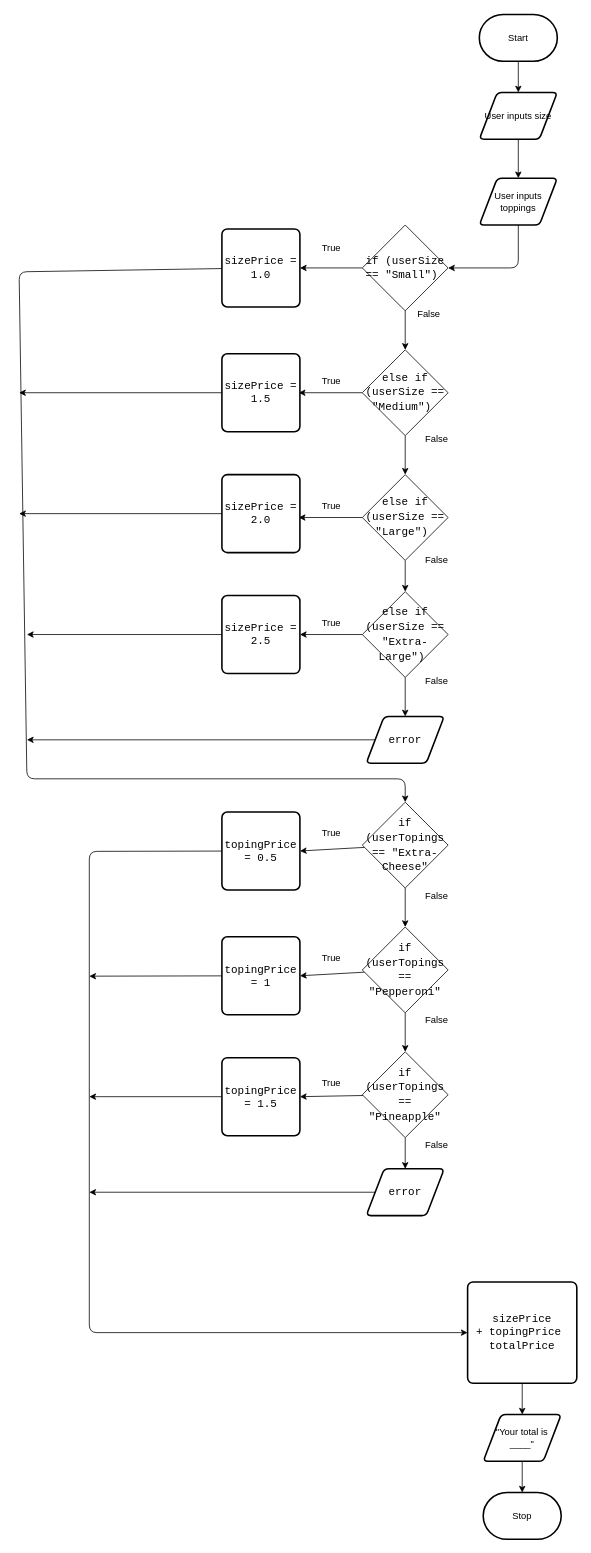
ashley-monaghan/ICS2OR-Assignment-4 keeps this draw.io diagram as design/flow-chart.drawio. Above is the earlier version. Source tidied: cells renumbered, new cells numbered last; positions are measured from the earlier drawing's top-left corner, leaving out a move shared by most shapes. Both pictures are drawn from the tidied source at 78%, with x=0, y=0 at pixel (19, 14).
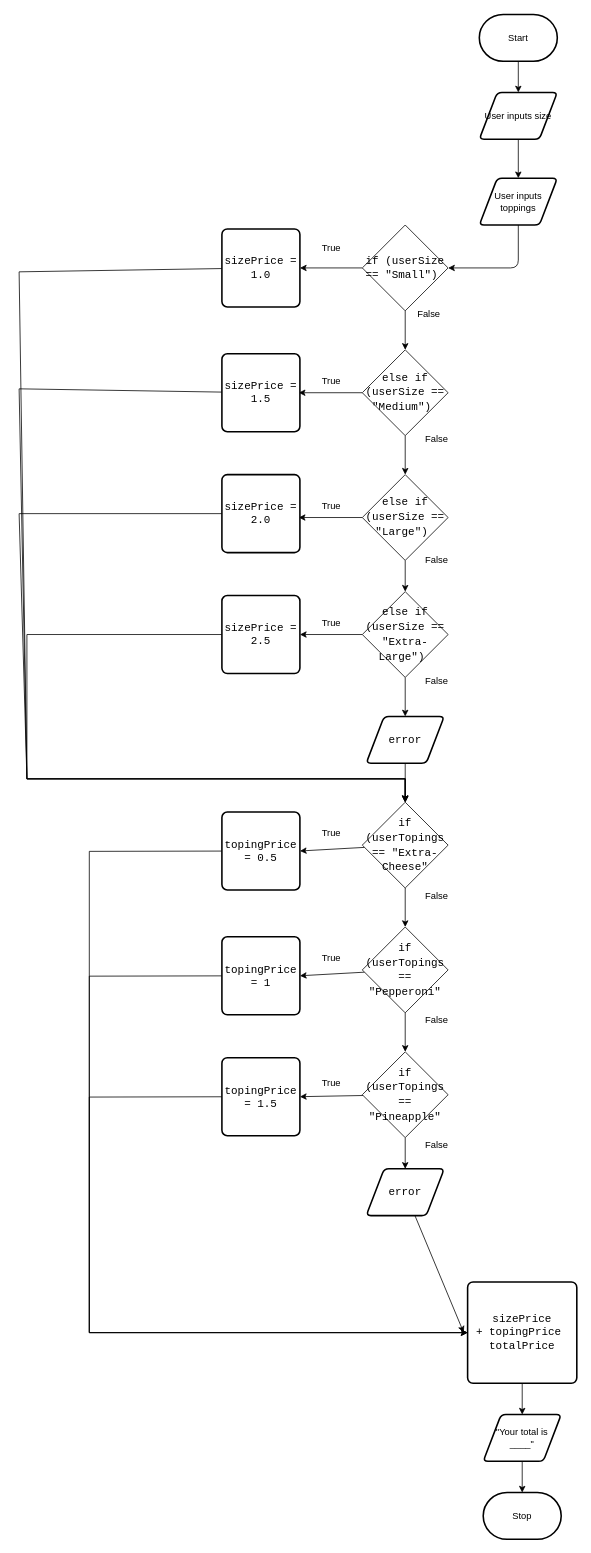
The same page after the edit.

The change refers to these unchanged cells:
```xml
<mxCell id="8" value="&lt;span style=&quot;font-family: &amp;#34;consolas&amp;#34; , &amp;#34;courier new&amp;#34; , monospace ; font-size: 14px&quot;&gt;&lt;font color=&quot;#000000&quot;&gt;sizePrice = 1.0&lt;/font&gt;&lt;/span&gt;" style="rounded=1;whiteSpace=wrap;html=1;absoluteArcSize=1;arcSize=14;strokeWidth=2;" parent="1" vertex="1">
  <mxGeometry x="260" y="275" width="100" height="100" as="geometry" />
</mxCell>
<mxCell id="27" value="&lt;div style=&quot;font-family: &amp;#34;consolas&amp;#34; , &amp;#34;courier new&amp;#34; , monospace ; font-size: 14px ; line-height: 19px&quot;&gt;&lt;font color=&quot;#000000&quot;&gt;error&lt;/font&gt;&lt;/div&gt;" style="shape=parallelogram;html=1;strokeWidth=2;perimeter=parallelogramPerimeter;whiteSpace=wrap;rounded=1;arcSize=12;size=0.23;" parent="1" vertex="1">
  <mxGeometry x="445" y="900" width="100" height="60" as="geometry" />
</mxCell>
<mxCell id="29" value="&lt;span style=&quot;font-family: &amp;#34;consolas&amp;#34; , &amp;#34;courier new&amp;#34; , monospace ; font-size: 14px&quot;&gt;&lt;font color=&quot;#000000&quot;&gt;sizePrice = 2.5&lt;/font&gt;&lt;/span&gt;" style="rounded=1;whiteSpace=wrap;html=1;absoluteArcSize=1;arcSize=14;strokeWidth=2;" parent="1" vertex="1">
  <mxGeometry x="260" y="745" width="100" height="100" as="geometry" />
</mxCell>
<mxCell id="31" value="&lt;span style=&quot;font-family: &amp;#34;consolas&amp;#34; , &amp;#34;courier new&amp;#34; , monospace ; font-size: 14px&quot;&gt;&lt;font color=&quot;#000000&quot;&gt;sizePrice = 2.0&lt;/font&gt;&lt;/span&gt;" style="rounded=1;whiteSpace=wrap;html=1;absoluteArcSize=1;arcSize=14;strokeWidth=2;" parent="1" vertex="1">
  <mxGeometry x="260" y="590" width="100" height="100" as="geometry" />
</mxCell>
<mxCell id="33" value="&lt;span style=&quot;font-family: &amp;#34;consolas&amp;#34; , &amp;#34;courier new&amp;#34; , monospace ; font-size: 14px&quot;&gt;&lt;font color=&quot;#000000&quot;&gt;sizePrice = 1.5&lt;/font&gt;&lt;/span&gt;" style="rounded=1;whiteSpace=wrap;html=1;absoluteArcSize=1;arcSize=14;strokeWidth=2;" parent="1" vertex="1">
  <mxGeometry x="260" y="435" width="100" height="100" as="geometry" />
</mxCell>
<mxCell id="36" value="&lt;div style=&quot;font-family: &amp;#34;consolas&amp;#34; , &amp;#34;courier new&amp;#34; , monospace ; font-size: 14px ; line-height: 19px&quot;&gt;&lt;div style=&quot;font-family: &amp;#34;consolas&amp;#34; , &amp;#34;courier new&amp;#34; , monospace ; line-height: 19px&quot;&gt;&lt;font color=&quot;#000000&quot;&gt;if (userTopings == &quot;Extra-Cheese&quot;&lt;/font&gt;&lt;/div&gt;&lt;/div&gt;" style="rhombus;whiteSpace=wrap;html=1;" parent="1" vertex="1">
  <mxGeometry x="440" y="1010" width="110" height="110" as="geometry" />
</mxCell>
<mxCell id="44" value="&lt;div style=&quot;font-family: &amp;#34;consolas&amp;#34; , &amp;#34;courier new&amp;#34; , monospace ; font-size: 14px ; line-height: 19px&quot;&gt;&lt;font color=&quot;#000000&quot;&gt;error&lt;/font&gt;&lt;/div&gt;" style="shape=parallelogram;html=1;strokeWidth=2;perimeter=parallelogramPerimeter;whiteSpace=wrap;rounded=1;arcSize=12;size=0.23;" parent="1" vertex="1">
  <mxGeometry x="445" y="1480" width="100" height="60" as="geometry" />
</mxCell>
<mxCell id="46" value="&lt;span style=&quot;font-family: &amp;#34;consolas&amp;#34; , &amp;#34;courier new&amp;#34; , monospace ; font-size: 14px&quot;&gt;&lt;font color=&quot;#000000&quot;&gt;topingPrice = 0.5&lt;/font&gt;&lt;/span&gt;" style="rounded=1;whiteSpace=wrap;html=1;absoluteArcSize=1;arcSize=14;strokeWidth=2;" parent="1" vertex="1">
  <mxGeometry x="260" y="1022.5" width="100" height="100" as="geometry" />
</mxCell>
<mxCell id="48" value="&lt;span style=&quot;font-family: &amp;#34;consolas&amp;#34; , &amp;#34;courier new&amp;#34; , monospace ; font-size: 14px&quot;&gt;&lt;font color=&quot;#000000&quot;&gt;topingPrice = 1.5&lt;/font&gt;&lt;/span&gt;" style="rounded=1;whiteSpace=wrap;html=1;absoluteArcSize=1;arcSize=14;strokeWidth=2;" parent="1" vertex="1">
  <mxGeometry x="260" y="1337.5" width="100" height="100" as="geometry" />
</mxCell>
<mxCell id="50" value="&lt;span style=&quot;font-family: &amp;#34;consolas&amp;#34; , &amp;#34;courier new&amp;#34; , monospace ; font-size: 14px&quot;&gt;&lt;font color=&quot;#000000&quot;&gt;topingPrice = 1&lt;/font&gt;&lt;/span&gt;" style="rounded=1;whiteSpace=wrap;html=1;absoluteArcSize=1;arcSize=14;strokeWidth=2;" parent="1" vertex="1">
  <mxGeometry x="260" y="1182.5" width="100" height="100" as="geometry" />
</mxCell>
<mxCell id="51" value="&lt;font color=&quot;#000000&quot;&gt;&lt;span style=&quot;font-family: &amp;#34;consolas&amp;#34; , &amp;#34;courier new&amp;#34; , monospace ; font-size: 14px&quot;&gt;sizePrice +&amp;nbsp;&lt;/span&gt;&lt;span style=&quot;font-family: &amp;#34;consolas&amp;#34; , &amp;#34;courier new&amp;#34; , monospace ; font-size: 14px&quot;&gt;topingPrice&amp;nbsp; totalPrice&lt;/span&gt;&lt;/font&gt;" style="rounded=1;whiteSpace=wrap;html=1;absoluteArcSize=1;arcSize=14;strokeWidth=2;" parent="1" vertex="1">
  <mxGeometry x="575" y="1625" width="140" height="130" as="geometry" />
</mxCell>
```

Diff of the diagram source:
```diff
@@
-    <mxCell id="7" style="edgeStyle=none;html=1;entryX=0.5;entryY=0;entryDx=0;entryDy=0;" parent="1" edge="1" source="8" target="36">
+    <mxCell id="7" style="edgeStyle=none;html=1;entryX=0.5;entryY=0;entryDx=0;entryDy=0;rounded=0;" parent="1" edge="1" source="8" target="36">
       <mxGeometry relative="1" as="geometry">
         <Array as="points">
           <mxPoint y="330" />
           <mxPoint x="10" y="980" />
           <mxPoint x="495" y="980" />
         </Array>
       </mxGeometry>
     </mxCell>
@@
-    <mxCell id="26" style="edgeStyle=none;html=1;" parent="1" edge="1" source="27">
-      <mxGeometry relative="1" as="geometry">
-        <mxPoint x="10" y="930" as="targetPoint" />
-      </mxGeometry>
-    </mxCell>
+    <mxCell id="66" style="edgeStyle=none;html=1;entryX=0.5;entryY=0;entryDx=0;entryDy=0;rounded=0;" parent="1" edge="1" source="27" target="36">
+      <mxGeometry relative="1" as="geometry" />
+    </mxCell>
@@
-    <mxCell id="28" style="edgeStyle=none;html=1;" parent="1" edge="1" source="29">
-      <mxGeometry relative="1" as="geometry">
-        <mxPoint x="10" y="795" as="targetPoint" />
-      </mxGeometry>
-    </mxCell>
+    <mxCell id="67" style="edgeStyle=none;html=1;entryX=0.5;entryY=0;entryDx=0;entryDy=0;rounded=0;" parent="1" edge="1" source="29" target="36">
+      <mxGeometry relative="1" as="geometry">
+        <Array as="points">
+          <mxPoint x="10" y="795" />
+          <mxPoint x="10" y="980" />
+          <mxPoint x="495" y="980" />
+        </Array>
+      </mxGeometry>
+    </mxCell>
@@
-    <mxCell id="30" style="edgeStyle=none;html=1;" parent="1" edge="1" source="31">
+    <mxCell id="30" style="edgeStyle=none;html=1;entryX=0.5;entryY=0;entryDx=0;entryDy=0;rounded=0;" parent="1" edge="1" source="31" target="36">
       <mxGeometry relative="1" as="geometry">
-        <mxPoint y="640" as="targetPoint" />
+        <Array as="points">
+          <mxPoint y="640" />
+          <mxPoint x="10" y="980" />
+          <mxPoint x="495" y="980" />
+        </Array>
       </mxGeometry>
     </mxCell>
@@
-    <mxCell id="32" style="edgeStyle=none;html=1;" parent="1" edge="1" source="33">
+    <mxCell id="32" style="edgeStyle=none;html=1;entryX=0.5;entryY=0;entryDx=0;entryDy=0;rounded=0;" parent="1" edge="1" source="33" target="36">
       <mxGeometry relative="1" as="geometry">
-        <mxPoint y="485" as="targetPoint" />
+        <Array as="points">
+          <mxPoint y="480" />
+          <mxPoint x="10" y="980" />
+          <mxPoint x="495" y="980" />
+        </Array>
       </mxGeometry>
     </mxCell>
@@
-    <mxCell id="43" style="edgeStyle=none;html=1;" parent="1" edge="1" source="44">
-      <mxGeometry relative="1" as="geometry">
-        <mxPoint x="90" y="1510" as="targetPoint" />
-      </mxGeometry>
-    </mxCell>
+    <mxCell id="68" style="edgeStyle=none;shape=connector;rounded=0;html=1;labelBackgroundColor=default;fontFamily=Helvetica;fontSize=11;fontColor=default;endArrow=classic;strokeColor=default;" parent="1" edge="1" source="44">
+      <mxGeometry relative="1" as="geometry">
+        <mxPoint x="570" y="1690" as="targetPoint" />
+      </mxGeometry>
+    </mxCell>
@@
-    <mxCell id="45" style="edgeStyle=none;html=1;entryX=0;entryY=0.5;entryDx=0;entryDy=0;" parent="1" edge="1" source="46" target="51">
+    <mxCell id="45" style="edgeStyle=none;html=1;entryX=0;entryY=0.5;entryDx=0;entryDy=0;rounded=0;" parent="1" edge="1" source="46" target="51">
       <mxGeometry relative="1" as="geometry">
         <Array as="points">
           <mxPoint x="90" y="1073" />
           <mxPoint x="90" y="1690" />
         </Array>
       </mxGeometry>
     </mxCell>
@@
-    <mxCell id="47" style="edgeStyle=none;html=1;" parent="1" edge="1" source="48">
+    <mxCell id="47" style="edgeStyle=none;html=1;entryX=0;entryY=0.5;entryDx=0;entryDy=0;rounded=0;" parent="1" edge="1" source="48" target="51">
       <mxGeometry relative="1" as="geometry">
-        <mxPoint x="90" y="1387.5" as="targetPoint" />
+        <Array as="points">
+          <mxPoint x="90" y="1388" />
+          <mxPoint x="90" y="1690" />
+        </Array>
       </mxGeometry>
     </mxCell>
@@
-    <mxCell id="49" style="edgeStyle=none;html=1;" parent="1" edge="1" source="50">
+    <mxCell id="49" style="edgeStyle=none;html=1;entryX=0;entryY=0.5;entryDx=0;entryDy=0;rounded=0;" parent="1" edge="1" source="50" target="51">
       <mxGeometry relative="1" as="geometry">
-        <mxPoint x="90" y="1233" as="targetPoint" />
+        <Array as="points">
+          <mxPoint x="90" y="1233" />
+          <mxPoint x="90" y="1690" />
+        </Array>
       </mxGeometry>
     </mxCell>
```
